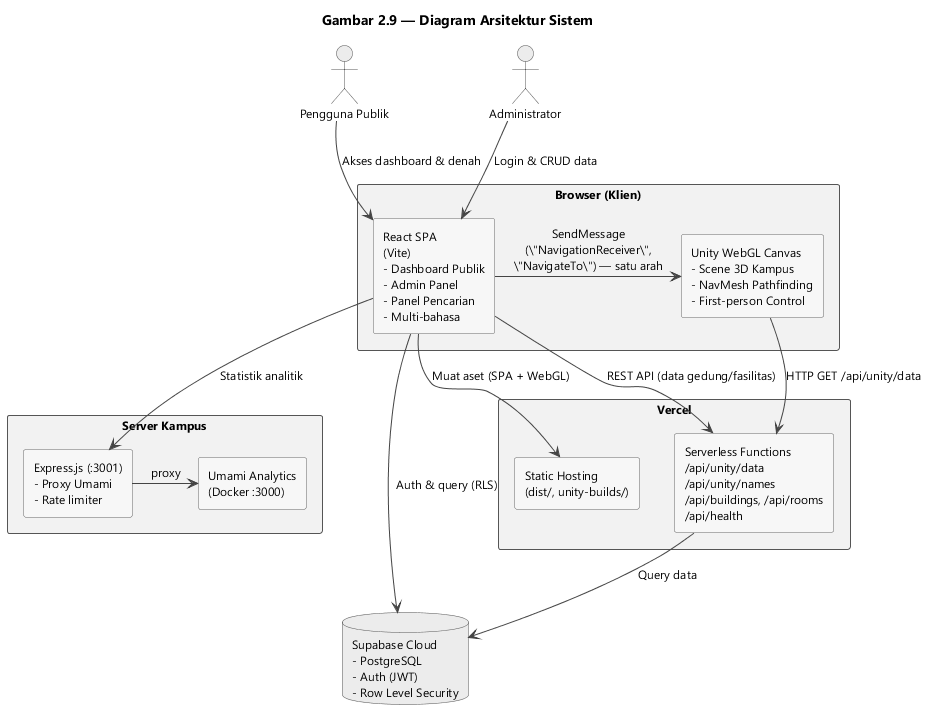
Above: images/diagram_arsitektur.png in Jokskuyy/workflow-ta-proyek (PlantUML), before the change.
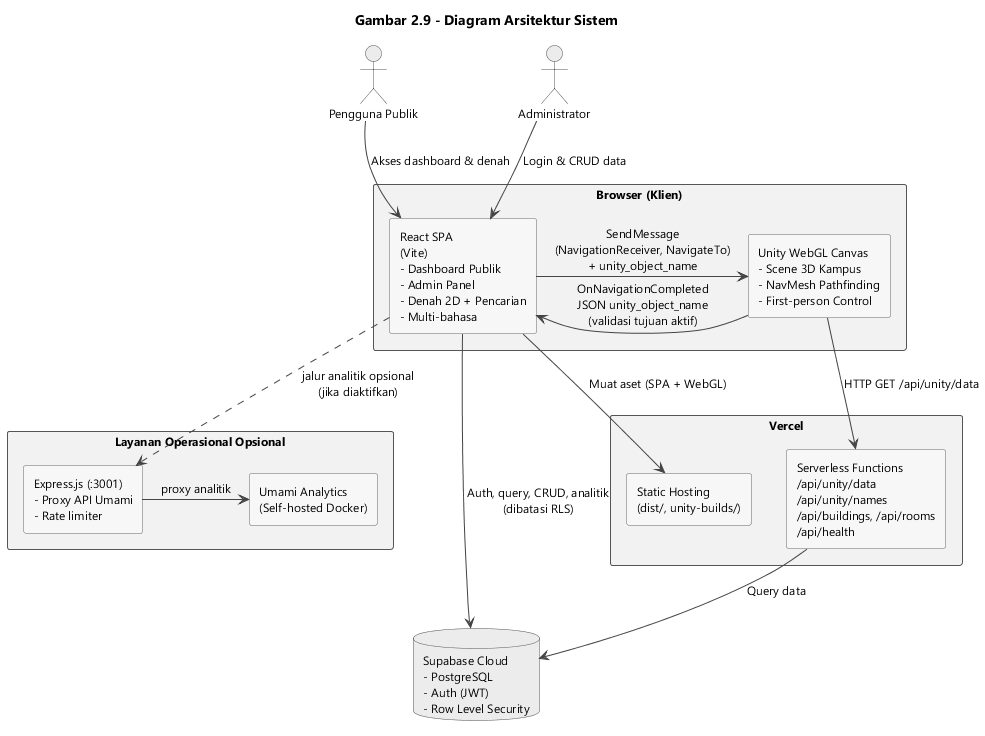
Later version of the same file.

Diff of the diagram source:
```diff
@@ -23,15 +23,16 @@
   BorderColor #555555
 }
 
-title Gambar 2.9 — Diagram Arsitektur Sistem
+title Gambar 2.9 - Diagram Arsitektur Sistem
 
 actor "Pengguna Publik" as User
 actor "Administrator" as Admin
 
 rectangle "Browser (Klien)" as Browser {
-  component "React SPA\n(Vite)\n- Dashboard Publik\n- Admin Panel\n- Panel Pencarian\n- Multi-bahasa" as React
+  component "React SPA\n(Vite)\n- Dashboard Publik\n- Admin Panel\n- Denah 2D + Pencarian\n- Multi-bahasa" as React
   component "Unity WebGL Canvas\n- Scene 3D Kampus\n- NavMesh Pathfinding\n- First-person Control" as UnityCanvas
-  React -right-> UnityCanvas : SendMessage\n(\"NavigationReceiver\",\n\"NavigateTo\") — satu arah
+  React -right-> UnityCanvas : SendMessage\n(NavigationReceiver, NavigateTo)\n+ unity_object_name
+  UnityCanvas -left-> React : OnNavigationCompleted\nJSON unity_object_name\n(validasi tujuan aktif)
 }
 
 rectangle "Vercel" as Vercel {
@@ -39,10 +40,10 @@
   component "Serverless Functions\n/api/unity/data\n/api/unity/names\n/api/buildings, /api/rooms\n/api/health" as Serverless
 }
 
-rectangle "Server Kampus" as Kampus {
-  component "Express.js (:3001)\n- Proxy Umami\n- Rate limiter" as Express
-  component "Umami Analytics\n(Docker :3000)" as Umami
-  Express -right-> Umami : proxy
+rectangle "Layanan Operasional Opsional" as OptionalServices {
+  component "Express.js (:3001)\n- Proxy API Umami\n- Rate limiter" as Express
+  component "Umami Analytics\n(Self-hosted Docker)" as Umami
+  Express -right-> Umami : proxy analitik
 }
 
 database "Supabase Cloud\n- PostgreSQL\n- Auth (JWT)\n- Row Level Security" as Supabase
@@ -51,12 +52,12 @@
 Admin --> React : Login & CRUD data
 
 React --> Static : Muat aset (SPA + WebGL)
-React --> Serverless : REST API (data gedung/fasilitas)
-React --> Supabase : Auth & query (RLS)
-React --> Express : Statistik analitik
+React --> Supabase : Auth, query, CRUD, analitik\n(dibatasi RLS)
 
 UnityCanvas --> Serverless : HTTP GET /api/unity/data
 
 Serverless --> Supabase : Query data
 
+React ..> Express : jalur analitik opsional\n(jika diaktifkan)
+
 @enduml
```
